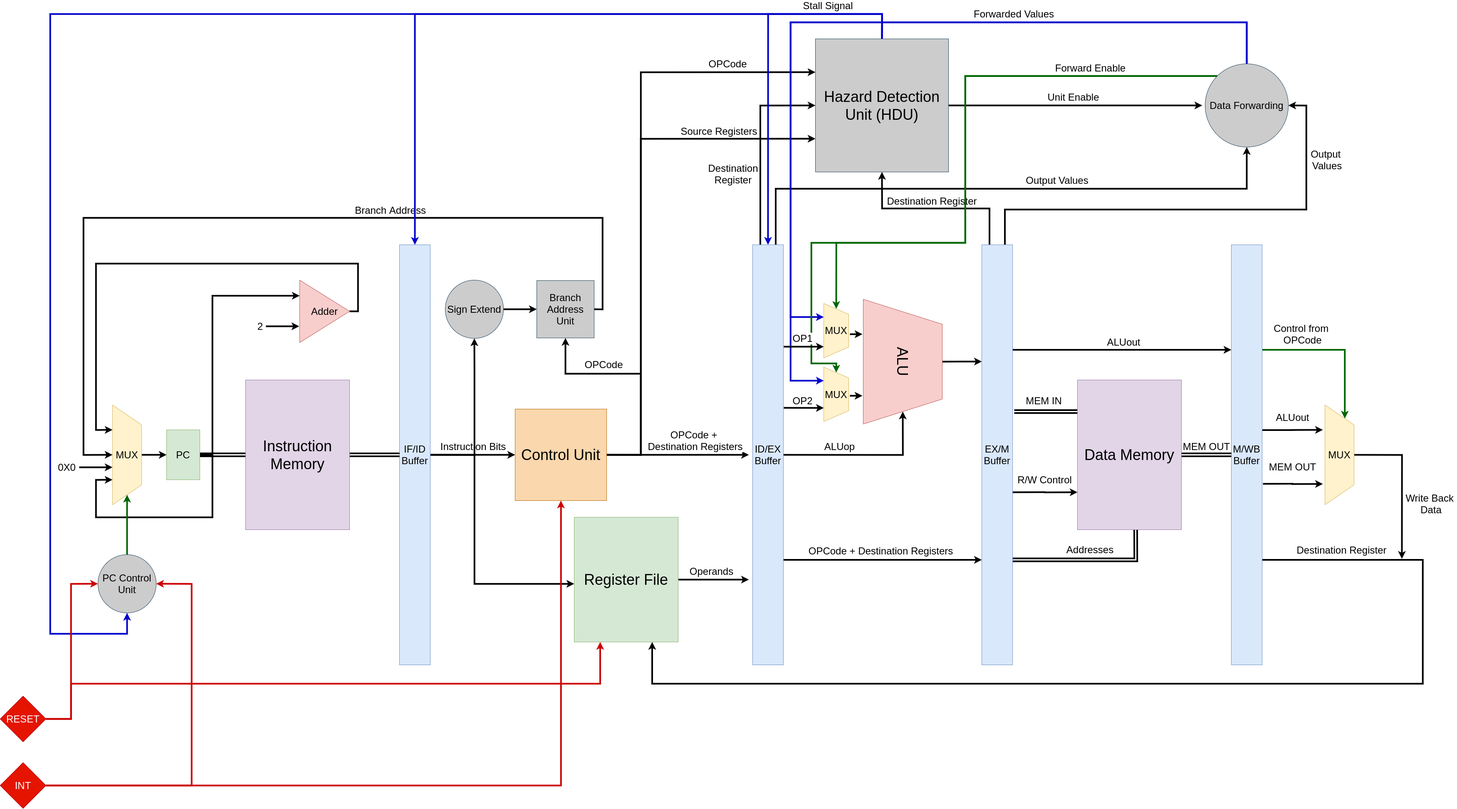
Above: docs/overall_system.png in mido3ds/pipeline-risc-cpu (draw.io), before the change. Source tidied: cells renumbered, new cells last; positions are measured from the earlier drawing's top-left corner, leaving out a move shared by most shapes.
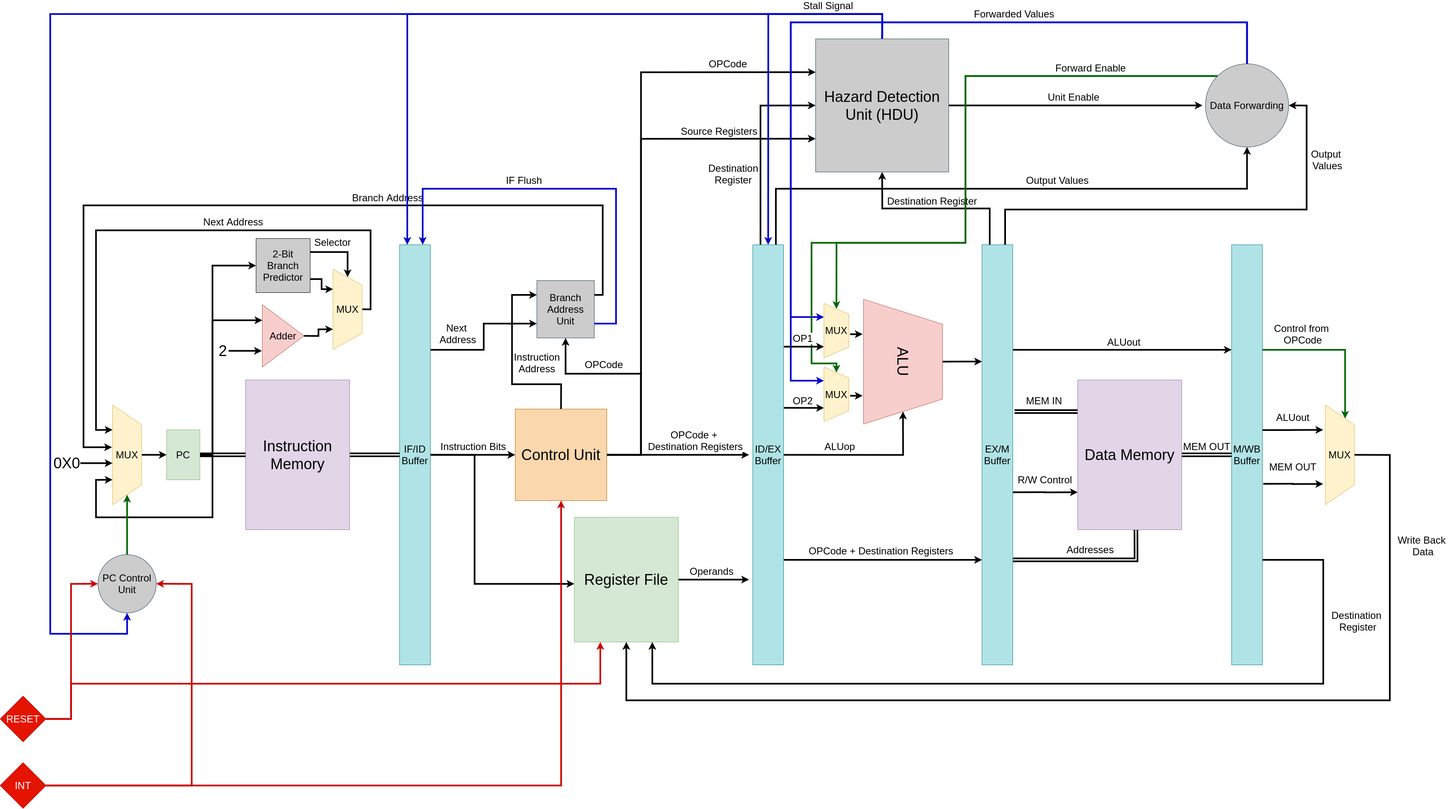
After the change.

Commit message:
updated overall schema with control hazard solution

Diff of the diagram source:
```diff
@@ -13,38 +13,28 @@
         </Array>
       </mxGeometry>
     </mxCell>
-    <mxCell id="4" style="edgeStyle=orthogonalEdgeStyle;rounded=0;jettySize=auto;html=1;exitX=1;exitY=0.5;exitDx=0;exitDy=0;entryX=0.5;entryY=1;entryDx=0;entryDy=0;fillColor=none;strokeWidth=4;" parent="1" edge="1" source="5" target="27">
-      <mxGeometry relative="1" as="geometry">
-        <Array as="points">
-          <mxPoint x="1140" y="1060" />
-          <mxPoint x="1140" y="860" />
-        </Array>
-      </mxGeometry>
-    </mxCell>
+    <mxCell id="83" value="&lt;font style=&quot;font-size: 24px&quot;&gt;Next &lt;br&gt;Address&lt;/font&gt;" style="edgeStyle=orthogonalEdgeStyle;rounded=0;jettySize=auto;html=1;exitX=1;exitY=0.25;exitDx=0;exitDy=0;entryX=0;entryY=0.75;entryDx=0;entryDy=0;strokeColor=#000000;strokeWidth=4;fillColor=none;" parent="1" edge="1" source="5" target="38">
+      <mxGeometry x="0.04" y="62" relative="1" as="geometry">
+        <mxPoint y="-1" as="offset" />
+      </mxGeometry>
+    </mxCell>
-    <mxCell id="5" value="&lt;font style=&quot;font-size: 24px&quot;&gt;IF/ID Buffer&lt;/font&gt;" style="rounded=0;whiteSpace=wrap;html=1;fillColor=#dae8fc;strokeColor=#6c8ebf;" parent="1" vertex="1">
+    <mxCell id="5" value="&lt;font style=&quot;font-size: 24px&quot;&gt;IF/ID Buffer&lt;/font&gt;" style="rounded=0;whiteSpace=wrap;html=1;fillColor=#b0e3e6;strokeColor=#0e8088;" parent="1" vertex="1">
       <mxGeometry x="960" y="555" width="74" height="1010" as="geometry" />
     </mxCell>
-    <mxCell id="6" style="edgeStyle=orthogonalEdgeStyle;rounded=0;jettySize=auto;html=1;exitX=1;exitY=0.5;exitDx=0;exitDy=0;entryX=0.25;entryY=1;entryDx=0;entryDy=0;strokeWidth=4;" parent="1" edge="1" source="7" target="11">
-      <mxGeometry relative="1" as="geometry">
-        <Array as="points">
-          <mxPoint x="860" y="715" />
-          <mxPoint x="860" y="600" />
-          <mxPoint x="230" y="600" />
-          <mxPoint x="230" y="1000" />
-        </Array>
-      </mxGeometry>
-    </mxCell>
+    <mxCell id="84" style="edgeStyle=orthogonalEdgeStyle;rounded=0;jettySize=auto;html=1;exitX=1;exitY=0.5;exitDx=0;exitDy=0;entryX=0.75;entryY=1;entryDx=0;entryDy=0;strokeColor=#000000;strokeWidth=4;fillColor=none;" parent="1" edge="1" source="7" target="92">
+      <mxGeometry relative="1" as="geometry" />
+    </mxCell>
     <mxCell id="7" value="&lt;div&gt;&lt;span style=&quot;font-size: 24px&quot;&gt;Adder&lt;/span&gt;&lt;/div&gt;" style="triangle;whiteSpace=wrap;html=1;align=center;fillColor=#f8cecc;strokeColor=#b85450;" parent="1" vertex="1">
-      <mxGeometry x="720" y="640" width="120" height="150" as="geometry" />
+      <mxGeometry x="630" y="699" width="100" height="150" as="geometry" />
     </mxCell>
     <mxCell id="8" style="endArrow=classic;html=1;strokeWidth=4;" parent="1" edge="1">
       <mxGeometry relative="1" as="geometry">
-        <mxPoint x="639" y="751" as="sourcePoint" />
-        <mxPoint x="719" y="751" as="targetPoint" />
+        <mxPoint x="549" y="810" as="sourcePoint" />
+        <mxPoint x="629" y="810" as="targetPoint" />
       </mxGeometry>
     </mxCell>
-    <mxCell id="9" value="&lt;font style=&quot;font-size: 24px&quot;&gt;2&lt;/font&gt;" style="text;html=1;align=center;verticalAlign=middle;" parent="1" vertex="1">
-      <mxGeometry x="610" y="741" width="30" height="20" as="geometry" />
+    <mxCell id="9" value="&lt;font style=&quot;font-size: 36px&quot;&gt;2&lt;/font&gt;" style="text;html=1;align=center;verticalAlign=middle;" parent="1" vertex="1">
+      <mxGeometry x="515" y="795" width="40" height="30" as="geometry" />
     </mxCell>
     <mxCell id="10" style="edgeStyle=orthogonalEdgeStyle;rounded=0;jettySize=auto;html=1;exitX=0.5;exitY=0;exitDx=0;exitDy=0;entryX=0;entryY=0.5;entryDx=0;entryDy=0;strokeWidth=4;" parent="1" edge="1" source="11" target="15">
       <mxGeometry relative="1" as="geometry" />
@@ -59,7 +49,7 @@
       <mxGeometry relative="1" as="geometry">
         <Array as="points">
           <mxPoint x="510" y="1060" />
-          <mxPoint x="510" y="678" />
+          <mxPoint x="510" y="737" />
         </Array>
       </mxGeometry>
     </mxCell>
@@ -73,6 +63,14 @@
         </Array>
       </mxGeometry>
     </mxCell>
+    <mxCell id="85" style="edgeStyle=orthogonalEdgeStyle;rounded=0;jettySize=auto;html=1;exitX=1;exitY=0.5;exitDx=0;exitDy=0;entryX=0;entryY=0.5;entryDx=0;entryDy=0;strokeColor=#000000;strokeWidth=4;fillColor=none;" parent="1" edge="1" source="15" target="90">
+      <mxGeometry relative="1" as="geometry">
+        <Array as="points">
+          <mxPoint x="510" y="1060" />
+          <mxPoint x="510" y="605" />
+        </Array>
+      </mxGeometry>
+    </mxCell>
     <mxCell id="15" value="&lt;font style=&quot;font-size: 24px&quot;&gt;PC&lt;/font&gt;" style="rounded=0;whiteSpace=wrap;html=1;fillColor=#d5e8d4;strokeColor=#82b366;" parent="1" vertex="1">
       <mxGeometry x="400" y="1000" width="80" height="120" as="geometry" />
     </mxCell>
@@ -127,15 +125,18 @@
         </Array>
       </mxGeometry>
     </mxCell>
+    <mxCell id="86" value="&lt;font style=&quot;font-size: 24px&quot;&gt;Instruction&lt;br&gt;Address&lt;/font&gt;" style="edgeStyle=orthogonalEdgeStyle;rounded=0;jettySize=auto;html=1;exitX=0.5;exitY=0;exitDx=0;exitDy=0;entryX=0;entryY=0.25;entryDx=0;entryDy=0;strokeColor=#000000;strokeWidth=4;fillColor=none;" parent="1" edge="1" source="25" target="38">
+      <mxGeometry x="0.01" y="-60" relative="1" as="geometry">
+        <Array as="points">
+          <mxPoint x="1348" y="890" />
+          <mxPoint x="1230" y="890" />
+          <mxPoint x="1230" y="676" />
+        </Array>
+      </mxGeometry>
+    </mxCell>
     <mxCell id="25" value="&lt;font style=&quot;font-size: 36px&quot;&gt;Control Unit&lt;/font&gt;" style="whiteSpace=wrap;html=1;fillColor=#fad7ac;strokeColor=#b46504;" parent="1" vertex="1">
       <mxGeometry x="1238" y="950" width="220" height="220" as="geometry" />
     </mxCell>
-    <mxCell id="26" style="edgeStyle=orthogonalEdgeStyle;rounded=0;jettySize=auto;html=1;exitX=1;exitY=0.5;exitDx=0;exitDy=0;entryX=0;entryY=0.5;entryDx=0;entryDy=0;fillColor=none;strokeWidth=4;" parent="1" edge="1" source="27" target="38">
-      <mxGeometry relative="1" as="geometry" />
-    </mxCell>
-    <mxCell id="27" value="&lt;font style=&quot;font-size: 24px&quot;&gt;Sign Extend&lt;/font&gt;" style="ellipse;whiteSpace=wrap;html=1;fillColor=#CCCCCC;strokeColor=#23445d;" parent="1" vertex="1">
-      <mxGeometry x="1070" y="640" width="140" height="140" as="geometry" />
-    </mxCell>
     <mxCell id="28" value="&lt;font style=&quot;font-size: 24px&quot;&gt;Operands&lt;/font&gt;" style="edgeStyle=orthogonalEdgeStyle;rounded=0;jettySize=auto;html=1;exitX=1;exitY=0.5;exitDx=0;exitDy=0;fillColor=none;strokeWidth=4;" parent="1" edge="1" source="29">
       <mxGeometry x="-0.06" y="20" relative="1" as="geometry">
         <mxPoint x="1800" y="1360" as="targetPoint" />
@@ -173,16 +174,16 @@
         </Array>
       </mxGeometry>
     </mxCell>
-    <mxCell id="35" value="&lt;font style=&quot;font-size: 24px&quot;&gt;ID/EX Buffer&lt;/font&gt;" style="rounded=0;whiteSpace=wrap;html=1;fillColor=#dae8fc;strokeColor=#6c8ebf;" parent="1" vertex="1">
+    <mxCell id="35" value="&lt;font style=&quot;font-size: 24px&quot;&gt;ID/EX Buffer&lt;/font&gt;" style="rounded=0;whiteSpace=wrap;html=1;fillColor=#b0e3e6;strokeColor=#0e8088;" parent="1" vertex="1">
       <mxGeometry x="1809" y="555" width="74" height="1010" as="geometry" />
     </mxCell>
-    <mxCell id="36" style="edgeStyle=orthogonalEdgeStyle;rounded=0;jettySize=auto;html=1;exitX=1;exitY=0.5;exitDx=0;exitDy=0;entryX=0.5;entryY=1;entryDx=0;entryDy=0;fillColor=none;strokeWidth=4;" parent="1" edge="1" source="38" target="11">
+    <mxCell id="36" style="edgeStyle=orthogonalEdgeStyle;rounded=0;jettySize=auto;html=1;exitX=1;exitY=0.25;exitDx=0;exitDy=0;entryX=0.424;entryY=1.019;entryDx=0;entryDy=0;fillColor=none;strokeWidth=4;entryPerimeter=0;" parent="1" edge="1" source="38" target="11">
       <mxGeometry relative="1" as="geometry">
         <Array as="points">
-          <mxPoint x="1448" y="710" />
-          <mxPoint x="1448" y="490" />
-          <mxPoint x="200" y="490" />
-          <mxPoint x="200" y="1060" />
+          <mxPoint x="1448" y="676" />
+          <mxPoint x="1448" y="460" />
+          <mxPoint x="200" y="460" />
+          <mxPoint x="200" y="1042" />
         </Array>
       </mxGeometry>
     </mxCell>
@@ -191,6 +192,15 @@
         <mxPoint x="-240" y="-30" as="offset" />
       </mxGeometry>
     </mxCell>
+    <mxCell id="87" value="&lt;font style=&quot;font-size: 24px&quot;&gt;IF Flush&lt;/font&gt;" style="edgeStyle=orthogonalEdgeStyle;rounded=0;jettySize=auto;html=1;exitX=1;exitY=0.75;exitDx=0;exitDy=0;entryX=0.75;entryY=0;entryDx=0;entryDy=0;strokeColor=#0000CC;strokeWidth=4;fillColor=none;" parent="1" edge="1" source="38" target="5">
+      <mxGeometry x="0.22" y="-20" relative="1" as="geometry">
+        <Array as="points">
+          <mxPoint x="1480" y="745" />
+          <mxPoint x="1480" y="420" />
+          <mxPoint x="1016" y="420" />
+        </Array>
+      </mxGeometry>
+    </mxCell>
     <mxCell id="38" value="&lt;font style=&quot;font-size: 24px&quot;&gt;Branch Address Unit&lt;/font&gt;" style="whiteSpace=wrap;html=1;fillColor=#CCCCCC;strokeColor=#23445d;" parent="1" vertex="1">
       <mxGeometry x="1290" y="641" width="138" height="138" as="geometry" />
     </mxCell>
@@ -239,7 +249,7 @@
         </Array>
       </mxGeometry>
     </mxCell>
-    <mxCell id="48" value="&lt;font style=&quot;font-size: 24px&quot;&gt;EX/M&lt;br&gt;Buffer&lt;/font&gt;" style="rounded=0;whiteSpace=wrap;html=1;fillColor=#dae8fc;strokeColor=#6c8ebf;" parent="1" vertex="1">
+    <mxCell id="48" value="&lt;font style=&quot;font-size: 24px&quot;&gt;EX/M&lt;br&gt;Buffer&lt;/font&gt;" style="rounded=0;whiteSpace=wrap;html=1;fillColor=#b0e3e6;strokeColor=#0e8088;" parent="1" vertex="1">
       <mxGeometry x="2360" y="555" width="74" height="1010" as="geometry" />
     </mxCell>
     <mxCell id="49" value="&lt;font style=&quot;font-size: 24px&quot;&gt;MEM OUT&lt;/font&gt;" style="edgeStyle=orthogonalEdgeStyle;rounded=0;jettySize=auto;html=1;exitX=1.027;exitY=0.569;exitDx=0;exitDy=0;fillColor=none;exitPerimeter=0;strokeWidth=4;" parent="1" edge="1" source="53">
@@ -261,16 +271,17 @@
         </Array>
       </mxGeometry>
     </mxCell>
-    <mxCell id="52" value="&lt;font style=&quot;font-size: 24px&quot;&gt;Destination Register&lt;/font&gt;" style="edgeStyle=orthogonalEdgeStyle;rounded=0;jettySize=auto;html=1;exitX=1;exitY=0.75;exitDx=0;exitDy=0;fillColor=none;entryX=0.75;entryY=1;entryDx=0;entryDy=0;strokeWidth=4;" parent="1" edge="1" source="53" target="29">
-      <mxGeometry x="-0.85" y="23" relative="1" as="geometry">
+    <mxCell id="52" value="&lt;font style=&quot;font-size: 24px&quot;&gt;Destination&lt;br&gt;&amp;nbsp;Register&lt;/font&gt;" style="edgeStyle=orthogonalEdgeStyle;rounded=0;jettySize=auto;html=1;exitX=1;exitY=0.75;exitDx=0;exitDy=0;fillColor=none;entryX=0.75;entryY=1;entryDx=0;entryDy=0;strokeWidth=4;" parent="1" edge="1" source="53" target="29">
+      <mxGeometry x="-0.73" y="80" relative="1" as="geometry">
         <Array as="points">
-          <mxPoint x="3420" y="1312" />
-          <mxPoint x="3420" y="1610" />
+          <mxPoint x="3180" y="1312" />
+          <mxPoint x="3180" y="1610" />
           <mxPoint x="1568" y="1610" />
         </Array>
+        <mxPoint y="-1" as="offset" />
       </mxGeometry>
     </mxCell>
-    <mxCell id="53" value="&lt;font style=&quot;font-size: 24px&quot;&gt;M/WB&lt;br&gt;Buffer&lt;/font&gt;" style="rounded=0;whiteSpace=wrap;html=1;fillColor=#dae8fc;strokeColor=#6c8ebf;" parent="1" vertex="1">
+    <mxCell id="53" value="&lt;font style=&quot;font-size: 24px&quot;&gt;M/WB&lt;br&gt;Buffer&lt;/font&gt;" style="rounded=0;whiteSpace=wrap;html=1;fillColor=#b0e3e6;strokeColor=#0e8088;" parent="1" vertex="1">
       <mxGeometry x="2960" y="555" width="74" height="1010" as="geometry" />
     </mxCell>
     <mxCell id="54" value="&lt;font style=&quot;font-size: 24px&quot;&gt;MEM OUT&lt;/font&gt;" style="edgeStyle=orthogonalEdgeStyle;rounded=0;jettySize=auto;html=1;exitX=1;exitY=0.5;exitDx=0;exitDy=0;entryX=0;entryY=0.5;entryDx=0;entryDy=0;fillColor=none;strokeWidth=4;shape=link;" parent="1" edge="1" source="55" target="53">
@@ -279,10 +290,14 @@
     <mxCell id="55" value="&lt;font style=&quot;font-size: 36px&quot;&gt;Data Memory&lt;/font&gt;" style="rounded=0;whiteSpace=wrap;html=1;fillColor=#e1d5e7;strokeColor=#9673a6;" parent="1" vertex="1">
       <mxGeometry x="2590" y="880" width="250" height="360" as="geometry" />
     </mxCell>
-    <mxCell id="56" value="&lt;font style=&quot;font-size: 24px&quot;&gt;Write Back &lt;br&gt;Data&lt;/font&gt;" style="edgeStyle=orthogonalEdgeStyle;rounded=0;jettySize=auto;html=1;exitX=0.5;exitY=0;exitDx=0;exitDy=0;fillColor=none;strokeWidth=4;" parent="1" edge="1" source="57">
-      <mxGeometry x="0.29" y="70" relative="1" as="geometry">
-        <mxPoint x="3370" y="1310" as="targetPoint" />
-        <mxPoint y="-1" as="offset" />
+    <mxCell id="56" value="&lt;font style=&quot;font-size: 24px&quot;&gt;Write Back &lt;br&gt;Data&lt;/font&gt;" style="edgeStyle=orthogonalEdgeStyle;rounded=0;jettySize=auto;html=1;exitX=0.5;exitY=0;exitDx=0;exitDy=0;fillColor=none;strokeWidth=4;entryX=0.5;entryY=1;entryDx=0;entryDy=0;" parent="1" edge="1" source="57" target="29">
+      <mxGeometry x="-0.77" y="80" relative="1" as="geometry">
+        <Array as="points">
+          <mxPoint x="3340" y="1060" />
+          <mxPoint x="3340" y="1650" />
+          <mxPoint x="1505" y="1650" />
+        </Array>
+        <mxPoint y="1" as="offset" />
       </mxGeometry>
     </mxCell>
     <mxCell id="57" value="&lt;font style=&quot;font-size: 24px&quot;&gt;MUX&lt;/font&gt;" style="shape=trapezoid;perimeter=trapezoidPerimeter;whiteSpace=wrap;html=1;direction=south;fillColor=#fff2cc;strokeColor=#d6b656;" parent="1" vertex="1">
@@ -315,11 +330,11 @@
         </Array>
       </mxGeometry>
     </mxCell>
-    <mxCell id="62" style="edgeStyle=orthogonalEdgeStyle;rounded=0;jettySize=auto;html=1;exitX=0.5;exitY=0;exitDx=0;exitDy=0;entryX=0.5;entryY=0;entryDx=0;entryDy=0;strokeColor=#0000CC;strokeWidth=4;fillColor=none;" parent="1" edge="1" source="63" target="5">
+    <mxCell id="62" style="edgeStyle=orthogonalEdgeStyle;rounded=0;jettySize=auto;html=1;exitX=0.5;exitY=0;exitDx=0;exitDy=0;entryX=0.25;entryY=0;entryDx=0;entryDy=0;strokeColor=#0000CC;strokeWidth=4;fillColor=none;" parent="1" edge="1" source="63" target="5">
       <mxGeometry relative="1" as="geometry">
         <Array as="points">
           <mxPoint x="2120" />
-          <mxPoint x="997" />
+          <mxPoint x="978" />
         </Array>
       </mxGeometry>
     </mxCell>
@@ -436,12 +451,38 @@
     <mxCell id="81" value="&lt;font style=&quot;font-size: 24px&quot;&gt;INT&lt;/font&gt;" style="rhombus;whiteSpace=wrap;html=1;fillColor=#e51400;strokeColor=#B20000;fontColor=#ffffff;" parent="1" vertex="1">
       <mxGeometry y="1800" width="110" height="110" as="geometry" />
     </mxCell>
-    <mxCell id="82" value="&lt;font style=&quot;font-size: 24px&quot;&gt;0X0&lt;/font&gt;" style="endArrow=classic;html=1;strokeWidth=4;" parent="1" edge="1">
+    <mxCell id="82" value="&lt;font style=&quot;font-size: 36px&quot;&gt;0X0&lt;/font&gt;" style="endArrow=classic;html=1;strokeWidth=4;" parent="1" edge="1">
       <mxGeometry x="-1" y="-30" relative="1" as="geometry">
-        <mxPoint x="190" y="1090" as="sourcePoint" />
-        <mxPoint x="270" y="1090" as="targetPoint" />
+        <mxPoint x="190" y="1080" as="sourcePoint" />
+        <mxPoint x="270" y="1080" as="targetPoint" />
         <mxPoint x="-30" y="-30" as="offset" />
       </mxGeometry>
     </mxCell>
+    <mxCell id="88" style="edgeStyle=orthogonalEdgeStyle;rounded=0;jettySize=auto;html=1;exitX=1;exitY=0.75;exitDx=0;exitDy=0;entryX=0.25;entryY=1;entryDx=0;entryDy=0;strokeColor=#000000;strokeWidth=4;fillColor=none;" parent="1" edge="1" source="90" target="92">
+      <mxGeometry relative="1" as="geometry" />
+    </mxCell>
+    <mxCell id="89" value="&lt;font style=&quot;font-size: 24px&quot;&gt;Selector&lt;/font&gt;" style="edgeStyle=orthogonalEdgeStyle;rounded=0;jettySize=auto;html=1;exitX=1;exitY=0.25;exitDx=0;exitDy=0;entryX=0;entryY=0.5;entryDx=0;entryDy=0;strokeColor=#000000;strokeWidth=4;fillColor=none;" parent="1" edge="1" source="90" target="92">
+      <mxGeometry x="-0.27" y="23" relative="1" as="geometry">
+        <Array as="points">
+          <mxPoint x="835" y="573" />
+        </Array>
+      </mxGeometry>
+    </mxCell>
+    <mxCell id="90" value="&lt;font style=&quot;font-size: 24px&quot;&gt;2-Bit Branch Predictor&lt;/font&gt;" style="whiteSpace=wrap;html=1;fillColor=#CCCCCC;" parent="1" vertex="1">
+      <mxGeometry x="615" y="540" width="130" height="130" as="geometry" />
+    </mxCell>
+    <mxCell id="91" value="&lt;font style=&quot;font-size: 24px&quot;&gt;Next Address&lt;/font&gt;" style="edgeStyle=orthogonalEdgeStyle;rounded=0;jettySize=auto;html=1;exitX=0.5;exitY=0;exitDx=0;exitDy=0;entryX=0.25;entryY=1;entryDx=0;entryDy=0;strokeColor=#000000;strokeWidth=4;fillColor=none;" parent="1" edge="1" source="92" target="11">
+      <mxGeometry x="-0.22" y="-20" relative="1" as="geometry">
+        <Array as="points">
+          <mxPoint x="890" y="710" />
+          <mxPoint x="890" y="520" />
+          <mxPoint x="230" y="520" />
+          <mxPoint x="230" y="1000" />
+        </Array>
+      </mxGeometry>
+    </mxCell>
+    <mxCell id="92" value="&lt;font style=&quot;font-size: 24px&quot;&gt;MUX&lt;/font&gt;" style="shape=trapezoid;perimeter=trapezoidPerimeter;whiteSpace=wrap;html=1;direction=south;fillColor=#fff2cc;strokeColor=#d6b656;" parent="1" vertex="1">
+      <mxGeometry x="800" y="613.5" width="70" height="193" as="geometry" />
+    </mxCell>
   </root>
 </mxGraphModel>
```
